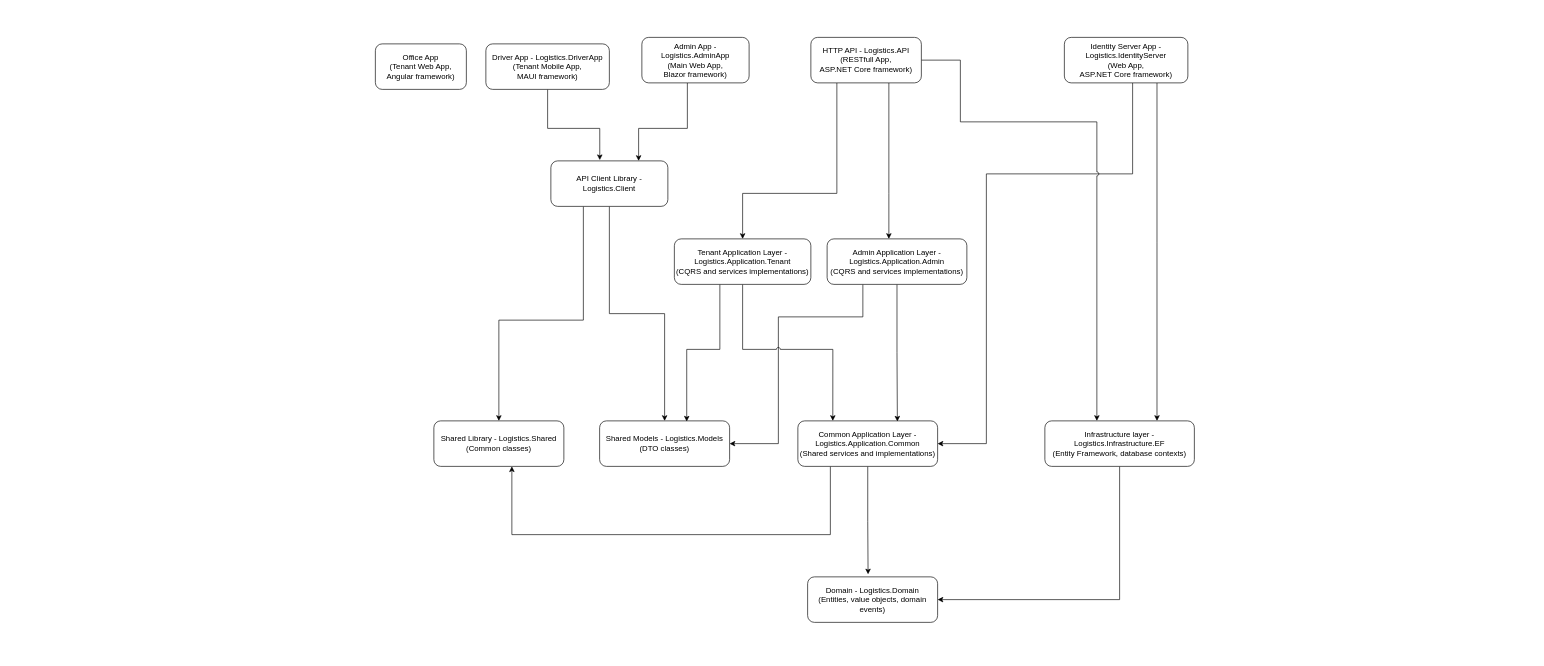
Before: docs/project_architecture.drawio in suxrobGM/logistics-app, a draw.io diagram. Source tidied: cells renumbered, new cells numbered last; positions are measured from the earlier drawing's top-left corner, leaving out a move shared by most shapes. Both pictures are drawn from the tidied source at 65%, with x=0, y=0 at pixel (375, 37).
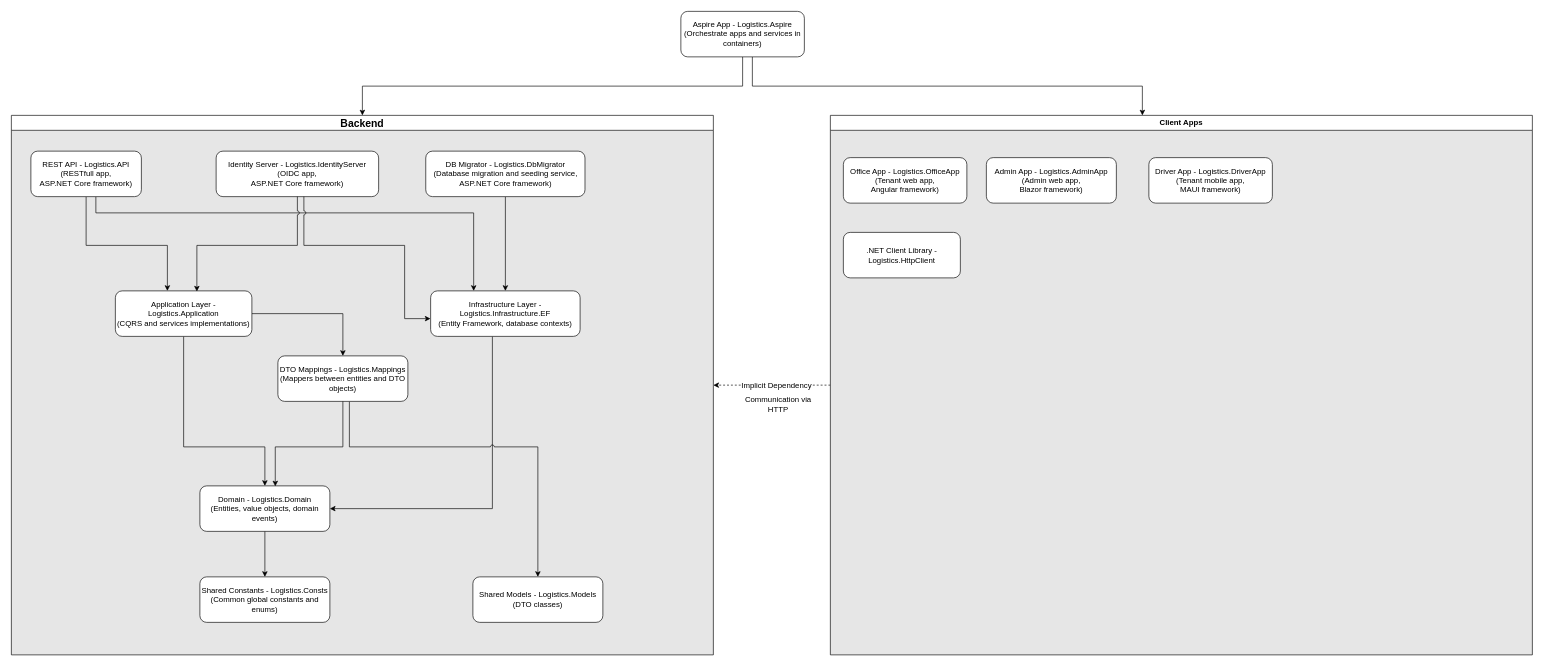
After the change.

Diff of the diagram source:
```diff
@@
-    <mxCell id="2" style="edgeStyle=orthogonalEdgeStyle;rounded=0;jettySize=auto;html=1;entryX=0.418;entryY=-0.017;entryDx=0;entryDy=0;entryPerimeter=0;" parent="1" edge="1" source="3" target="12">
-      <mxGeometry relative="1" as="geometry">
-        <Array as="points">
-          <mxPoint x="265" y="140" />
-          <mxPoint x="345" y="140" />
-        </Array>
-      </mxGeometry>
-    </mxCell>
-    <mxCell id="3" value="Driver App - Logistics.DriverApp&lt;br&gt;(Tenant Mobile App,&lt;br&gt;MAUI framework)" style="rounded=1;whiteSpace=wrap;html=1;" parent="1" vertex="1">
-      <mxGeometry x="170" y="10" width="190" height="70" as="geometry" />
-    </mxCell>
-    <mxCell id="4" value="Office App&lt;br&gt;(Tenant Web App,&lt;br&gt;Angular framework)" style="rounded=1;whiteSpace=wrap;html=1;" parent="1" vertex="1">
-      <mxGeometry y="10" width="140" height="70" as="geometry" />
-    </mxCell>
-    <mxCell id="5" style="edgeStyle=orthogonalEdgeStyle;rounded=0;jettySize=auto;html=1;entryX=0.75;entryY=0;entryDx=0;entryDy=0;" parent="1" edge="1" source="6" target="12">
-      <mxGeometry relative="1" as="geometry">
-        <Array as="points">
-          <mxPoint x="480" y="140" />
-          <mxPoint x="405" y="140" />
-        </Array>
-      </mxGeometry>
-    </mxCell>
-    <mxCell id="6" value="Admin App - Logistics.AdminApp&lt;br&gt;(Main Web App,&lt;br&gt;Blazor framework)" style="rounded=1;whiteSpace=wrap;html=1;" parent="1" vertex="1">
-      <mxGeometry x="410" width="165" height="70" as="geometry" />
-    </mxCell>
-    <mxCell id="7" style="edgeStyle=orthogonalEdgeStyle;rounded=0;jettySize=auto;html=1;entryX=1;entryY=0.5;entryDx=0;entryDy=0;" parent="1" edge="1" source="9" target="30">
-      <mxGeometry relative="1" as="geometry">
-        <Array as="points">
-          <mxPoint x="1165" y="210" />
-          <mxPoint x="940" y="210" />
-          <mxPoint x="940" y="625" />
-        </Array>
-      </mxGeometry>
-    </mxCell>
-    <mxCell id="8" style="edgeStyle=orthogonalEdgeStyle;rounded=0;jettySize=auto;html=1;entryX=0.75;entryY=0;entryDx=0;entryDy=0;" parent="1" edge="1" source="9" target="26">
-      <mxGeometry relative="1" as="geometry">
-        <Array as="points">
-          <mxPoint x="1203" y="315" />
-        </Array>
-      </mxGeometry>
-    </mxCell>
+    <mxCell id="31" value="&lt;font style=&quot;font-size: 16px;&quot;&gt;Backend&lt;/font&gt;" style="swimlane;whiteSpace=wrap;html=1;fillStyle=auto;swimlaneFillColor=#E6E6E6;strokeColor=#000000;glass=0;" parent="1" vertex="1">
+      <mxGeometry x="-560" y="120" width="1080" height="830" as="geometry" />
+    </mxCell>
-    <mxCell id="9" value="Identity Server App - Logistics.IdentityServer&lt;br&gt;(Web App,&lt;br&gt;ASP.NET Core framework)" style="rounded=1;whiteSpace=wrap;html=1;" parent="1" vertex="1">
-      <mxGeometry x="1060" width="190" height="70" as="geometry" />
+    <mxCell id="9" value="Identity Server - Logistics.IdentityServer&lt;br&gt;(OIDC app,&lt;br&gt;ASP.NET Core framework)" style="rounded=1;whiteSpace=wrap;html=1;" parent="31" vertex="1">
+      <mxGeometry x="315" y="55" width="250" height="70" as="geometry" />
     </mxCell>
-    <mxCell id="10" style="edgeStyle=orthogonalEdgeStyle;rounded=0;jettySize=auto;html=1;entryX=0.5;entryY=0;entryDx=0;entryDy=0;" parent="1" edge="1" source="12" target="23">
-      <mxGeometry relative="1" as="geometry">
-        <Array as="points">
-          <mxPoint x="320" y="435" />
-          <mxPoint x="190" y="435" />
-        </Array>
-      </mxGeometry>
-    </mxCell>
-    <mxCell id="11" style="edgeStyle=orthogonalEdgeStyle;rounded=0;jettySize=auto;html=1;" parent="1" edge="1" source="12" target="27">
-      <mxGeometry relative="1" as="geometry" />
-    </mxCell>
-    <mxCell id="12" value="API Client Library - Logistics.Client" style="rounded=1;whiteSpace=wrap;html=1;" parent="1" vertex="1">
-      <mxGeometry x="270" y="190" width="180" height="70" as="geometry" />
-    </mxCell>
-    <mxCell id="13" style="edgeStyle=orthogonalEdgeStyle;rounded=0;jettySize=auto;html=1;" parent="1" edge="1" source="16" target="19">
-      <mxGeometry relative="1" as="geometry">
-        <Array as="points">
-          <mxPoint x="790" y="240" />
-          <mxPoint x="790" y="240" />
-        </Array>
-      </mxGeometry>
-    </mxCell>
-    <mxCell id="14" style="edgeStyle=orthogonalEdgeStyle;rounded=0;jettySize=auto;html=1;" parent="1" edge="1" source="16" target="22">
+    <mxCell id="14" style="edgeStyle=orthogonalEdgeStyle;rounded=0;jettySize=auto;html=1;" parent="31" edge="1" source="16" target="22">
       <mxGeometry relative="1" as="geometry">
         <Array as="points">
-          <mxPoint x="710" y="240" />
-          <mxPoint x="565" y="240" />
+          <mxPoint x="115" y="200" />
+          <mxPoint x="240" y="200" />
         </Array>
       </mxGeometry>
     </mxCell>
-    <mxCell id="15" style="edgeStyle=orthogonalEdgeStyle;rounded=0;jettySize=auto;html=1;jumpStyle=arc;" parent="1" edge="1" source="16" target="26">
+    <mxCell id="15" style="edgeStyle=orthogonalEdgeStyle;rounded=0;jettySize=auto;html=1;entryX=0.288;entryY=0;entryDx=0;entryDy=0;entryPerimeter=0;jumpStyle=arc;" parent="31" edge="1" source="16" target="26">
       <mxGeometry relative="1" as="geometry">
         <Array as="points">
-          <mxPoint x="900" y="35" />
-          <mxPoint x="900" y="130" />
-          <mxPoint x="1110" y="130" />
+          <mxPoint x="130" y="150" />
+          <mxPoint x="711" y="150" />
         </Array>
       </mxGeometry>
     </mxCell>
-    <mxCell id="16" value="HTTP API - Logistics.API&lt;br&gt;(RESTfull App,&lt;br&gt;ASP.NET Core framework)" style="rounded=1;whiteSpace=wrap;html=1;" parent="1" vertex="1">
-      <mxGeometry x="670" width="170" height="70" as="geometry" />
+    <mxCell id="16" value="REST API - Logistics.API&lt;br&gt;(RESTfull app,&lt;br&gt;ASP.NET Core framework)" style="rounded=1;whiteSpace=wrap;html=1;" parent="31" vertex="1">
+      <mxGeometry x="30" y="55" width="170" height="70" as="geometry" />
     </mxCell>
-    <mxCell id="17" style="edgeStyle=orthogonalEdgeStyle;rounded=0;jettySize=auto;html=1;entryX=0.712;entryY=0.014;entryDx=0;entryDy=0;entryPerimeter=0;" parent="1" edge="1" source="19" target="30">
-      <mxGeometry relative="1" as="geometry" />
-    </mxCell>
-    <mxCell id="18" style="edgeStyle=orthogonalEdgeStyle;rounded=0;jettySize=auto;html=1;entryX=1;entryY=0.5;entryDx=0;entryDy=0;" parent="1" edge="1" source="19" target="27">
-      <mxGeometry relative="1" as="geometry">
-        <Array as="points">
-          <mxPoint x="750" y="430" />
-          <mxPoint x="620" y="430" />
-          <mxPoint x="620" y="625" />
-        </Array>
-      </mxGeometry>
-    </mxCell>
-    <mxCell id="19" value="Admin Application Layer - Logistics.Application.Admin&lt;br&gt;(CQRS and services implementations)" style="rounded=1;whiteSpace=wrap;html=1;" parent="1" vertex="1">
-      <mxGeometry x="695" y="310" width="215" height="70" as="geometry" />
-    </mxCell>
-    <mxCell id="20" style="edgeStyle=orthogonalEdgeStyle;rounded=0;jettySize=auto;html=1;entryX=0.67;entryY=0.014;entryDx=0;entryDy=0;entryPerimeter=0;" parent="1" edge="1" source="22" target="27">
-      <mxGeometry relative="1" as="geometry">
-        <Array as="points">
-          <mxPoint x="530" y="480" />
-          <mxPoint x="479" y="480" />
-        </Array>
-      </mxGeometry>
-    </mxCell>
-    <mxCell id="21" style="edgeStyle=orthogonalEdgeStyle;rounded=0;jettySize=auto;html=1;entryX=0.25;entryY=0;entryDx=0;entryDy=0;jumpStyle=arc;" parent="1" edge="1" source="22" target="30">
-      <mxGeometry relative="1" as="geometry">
-        <Array as="points">
-          <mxPoint x="565" y="480" />
-          <mxPoint x="704" y="480" />
-        </Array>
-      </mxGeometry>
-    </mxCell>
+    <mxCell id="32" style="edgeStyle=orthogonalEdgeStyle;rounded=0;jettySize=auto;html=1;" parent="31" edge="1" source="22" target="24">
+      <mxGeometry relative="1" as="geometry">
+        <Array as="points">
+          <mxPoint x="265" y="510" />
+          <mxPoint x="390" y="510" />
+        </Array>
+      </mxGeometry>
+    </mxCell>
+    <mxCell id="33" style="edgeStyle=orthogonalEdgeStyle;rounded=0;jettySize=auto;html=1;" parent="31" edge="1" source="22" target="38">
+      <mxGeometry relative="1" as="geometry" />
+    </mxCell>
-    <mxCell id="22" value="Tenant Application Layer - Logistics.Application.Tenant&lt;br&gt;(CQRS and services implementations)" style="rounded=1;whiteSpace=wrap;html=1;" parent="1" vertex="1">
-      <mxGeometry x="460" y="310" width="210" height="70" as="geometry" />
+    <mxCell id="22" value="Application Layer - Logistics.Application&lt;br&gt;(CQRS and services implementations)" style="rounded=1;whiteSpace=wrap;html=1;" parent="31" vertex="1">
+      <mxGeometry x="160" y="270" width="210" height="70" as="geometry" />
     </mxCell>
-    <mxCell id="23" value="Shared Library - Logistics.Shared (Common classes)" style="rounded=1;whiteSpace=wrap;html=1;" parent="1" vertex="1">
-      <mxGeometry x="90" y="590" width="200" height="70" as="geometry" />
+    <mxCell id="23" value="Shared Constants - Logistics.Consts (Common global constants and enums)" style="rounded=1;whiteSpace=wrap;html=1;" parent="31" vertex="1">
+      <mxGeometry x="290" y="710" width="200" height="70" as="geometry" />
     </mxCell>
+    <mxCell id="34" style="edgeStyle=orthogonalEdgeStyle;rounded=0;jettySize=auto;html=1;" parent="31" edge="1" source="24" target="23">
+      <mxGeometry relative="1" as="geometry" />
+    </mxCell>
-    <mxCell id="24" value="Domain - Logistics.Domain&lt;br&gt;(Entities, value objects, domain events)" style="rounded=1;whiteSpace=wrap;html=1;" parent="1" vertex="1">
-      <mxGeometry x="665" y="830" width="200" height="70" as="geometry" />
+    <mxCell id="24" value="Domain - Logistics.Domain&lt;br&gt;(Entities, value objects, domain events)" style="rounded=1;whiteSpace=wrap;html=1;" parent="31" vertex="1">
+      <mxGeometry x="290" y="570" width="200" height="70" as="geometry" />
     </mxCell>
-    <mxCell id="25" style="edgeStyle=orthogonalEdgeStyle;rounded=0;jettySize=auto;html=1;entryX=1;entryY=0.5;entryDx=0;entryDy=0;" parent="1" edge="1" source="26" target="24">
+    <mxCell id="25" style="edgeStyle=orthogonalEdgeStyle;rounded=0;jettySize=auto;html=1;entryX=1;entryY=0.5;entryDx=0;entryDy=0;jumpStyle=arc;jumpSize=6;" parent="31" edge="1" source="26" target="24">
       <mxGeometry relative="1" as="geometry">
         <Array as="points">
-          <mxPoint x="1145" y="865" />
+          <mxPoint x="740" y="605" />
         </Array>
       </mxGeometry>
     </mxCell>
-    <mxCell id="26" value="Infrastructure layer - Logistics.Infrastructure.EF&lt;br&gt;(Entity Framework, database contexts)" style="rounded=1;whiteSpace=wrap;html=1;" parent="1" vertex="1">
-      <mxGeometry x="1030" y="590" width="230" height="70" as="geometry" />
+    <mxCell id="26" value="Infrastructure Layer - Logistics.Infrastructure.EF&lt;br&gt;(Entity Framework, database contexts)" style="rounded=1;whiteSpace=wrap;html=1;" parent="31" vertex="1">
+      <mxGeometry x="645" y="270" width="230" height="70" as="geometry" />
     </mxCell>
-    <mxCell id="27" value="Shared Models - Logistics.Models (DTO classes)" style="rounded=1;whiteSpace=wrap;html=1;" parent="1" vertex="1">
-      <mxGeometry x="345" y="590" width="200" height="70" as="geometry" />
+    <mxCell id="27" value="Shared Models - Logistics.Models (DTO classes)" style="rounded=1;whiteSpace=wrap;html=1;" parent="31" vertex="1">
+      <mxGeometry x="710" y="710" width="200" height="70" as="geometry" />
     </mxCell>
-    <mxCell id="28" style="edgeStyle=orthogonalEdgeStyle;rounded=0;jettySize=auto;html=1;entryX=0.465;entryY=-0.057;entryDx=0;entryDy=0;entryPerimeter=0;" parent="1" edge="1" source="30" target="24">
-      <mxGeometry relative="1" as="geometry" />
-    </mxCell>
-    <mxCell id="29" style="edgeStyle=orthogonalEdgeStyle;rounded=0;jettySize=auto;html=1;entryX=0.6;entryY=1;entryDx=0;entryDy=0;entryPerimeter=0;" parent="1" edge="1" source="30" target="23">
-      <mxGeometry relative="1" as="geometry">
-        <Array as="points">
-          <mxPoint x="700" y="765" />
-          <mxPoint x="210" y="765" />
-        </Array>
-      </mxGeometry>
-    </mxCell>
-    <mxCell id="30" value="Common Application Layer - Logistics.Application.Common&lt;br&gt;(Shared services and implementations)" style="rounded=1;whiteSpace=wrap;html=1;" parent="1" vertex="1">
-      <mxGeometry x="650" y="590" width="215" height="70" as="geometry" />
-    </mxCell>
+    <mxCell id="35" style="edgeStyle=orthogonalEdgeStyle;rounded=0;jettySize=auto;html=1;" parent="31" edge="1" source="36" target="26">
+      <mxGeometry relative="1" as="geometry" />
+    </mxCell>
+    <mxCell id="36" value="DB Migrator - Logistics.DbMigrator&lt;br&gt;(Database migration and seeding service,&lt;br&gt;ASP.NET Core framework)" style="rounded=1;whiteSpace=wrap;html=1;" parent="31" vertex="1">
+      <mxGeometry x="637.5" y="55" width="245" height="70" as="geometry" />
+    </mxCell>
+    <mxCell id="37" style="edgeStyle=orthogonalEdgeStyle;rounded=0;jettySize=auto;html=1;jumpStyle=arc;" parent="31" edge="1" source="38" target="27">
+      <mxGeometry relative="1" as="geometry">
+        <Array as="points">
+          <mxPoint x="520" y="510" />
+          <mxPoint x="810" y="510" />
+        </Array>
+      </mxGeometry>
+    </mxCell>
+    <mxCell id="38" value="DTO Mappings - Logistics.Mappings&lt;br&gt;(Mappers between entities and DTO objects)" style="rounded=1;whiteSpace=wrap;html=1;" parent="31" vertex="1">
+      <mxGeometry x="410" y="370" width="200" height="70" as="geometry" />
+    </mxCell>
+    <mxCell id="39" style="edgeStyle=orthogonalEdgeStyle;rounded=0;jettySize=auto;html=1;entryX=0.597;entryY=0.014;entryDx=0;entryDy=0;entryPerimeter=0;jumpStyle=arc;" parent="31" edge="1" source="9" target="22">
+      <mxGeometry relative="1" as="geometry">
+        <Array as="points">
+          <mxPoint x="440" y="200" />
+          <mxPoint x="285" y="200" />
+        </Array>
+      </mxGeometry>
+    </mxCell>
+    <mxCell id="40" style="edgeStyle=orthogonalEdgeStyle;rounded=0;jettySize=auto;html=1;entryX=0.58;entryY=0.01;entryDx=0;entryDy=0;entryPerimeter=0;" parent="31" edge="1" source="38" target="24">
+      <mxGeometry relative="1" as="geometry">
+        <Array as="points">
+          <mxPoint x="510" y="510" />
+          <mxPoint x="406" y="510" />
+        </Array>
+      </mxGeometry>
+    </mxCell>
+    <mxCell id="8" style="edgeStyle=orthogonalEdgeStyle;rounded=0;jettySize=auto;html=1;entryX=-0.001;entryY=0.61;entryDx=0;entryDy=0;entryPerimeter=0;jumpStyle=arc;" parent="31" edge="1" source="9" target="26">
+      <mxGeometry relative="1" as="geometry">
+        <Array as="points">
+          <mxPoint x="450" y="200" />
+          <mxPoint x="605" y="200" />
+          <mxPoint x="605" y="313" />
+        </Array>
+      </mxGeometry>
+    </mxCell>
+    <mxCell id="41" style="edgeStyle=orthogonalEdgeStyle;rounded=0;jettySize=auto;html=1;dashed=1;" parent="1" edge="1" source="43" target="31">
+      <mxGeometry relative="1" as="geometry" />
+    </mxCell>
+    <mxCell id="42" value="Implicit Dependency" style="edgeLabel;html=1;align=center;verticalAlign=middle;fontSize=12;" parent="41" vertex="1">
+      <mxGeometry x="-0.07" y="2" relative="1" as="geometry">
+        <mxPoint y="-2" as="offset" />
+      </mxGeometry>
+    </mxCell>
+    <mxCell id="43" value="Client Apps" style="swimlane;whiteSpace=wrap;html=1;swimlaneFillColor=#E6E6E6;" parent="1" vertex="1">
+      <mxGeometry x="700" y="120" width="1080" height="830" as="geometry" />
+    </mxCell>
+    <mxCell id="3" value="Driver App - Logistics.DriverApp&lt;br&gt;(Tenant mobile app,&lt;br&gt;MAUI framework)" style="rounded=1;whiteSpace=wrap;html=1;" parent="43" vertex="1">
+      <mxGeometry x="490" y="65" width="190" height="70" as="geometry" />
+    </mxCell>
+    <mxCell id="4" value="Office App - Logistics.OfficeApp&lt;br&gt;(Tenant web app,&lt;br&gt;Angular framework)" style="rounded=1;whiteSpace=wrap;html=1;" parent="43" vertex="1">
+      <mxGeometry x="20" y="65" width="190" height="70" as="geometry" />
+    </mxCell>
+    <mxCell id="6" value="Admin App - Logistics.AdminApp&lt;br&gt;(Admin web app,&lt;br&gt;Blazor framework)" style="rounded=1;whiteSpace=wrap;html=1;" parent="43" vertex="1">
+      <mxGeometry x="240" y="65" width="200" height="70" as="geometry" />
+    </mxCell>
+    <mxCell id="12" value=".NET Client Library - Logistics.HttpClient" style="rounded=1;whiteSpace=wrap;html=1;" parent="43" vertex="1">
+      <mxGeometry x="20" y="180" width="180" height="70" as="geometry" />
+    </mxCell>
+    <mxCell id="44" style="edgeStyle=orthogonalEdgeStyle;rounded=0;jettySize=auto;html=1;" parent="1" edge="1" source="46" target="31">
+      <mxGeometry relative="1" as="geometry" />
+    </mxCell>
+    <mxCell id="45" style="edgeStyle=orthogonalEdgeStyle;rounded=0;jettySize=auto;html=1;" parent="1" edge="1" source="46" target="43">
+      <mxGeometry relative="1" as="geometry">
+        <Array as="points">
+          <mxPoint x="580" y="75" />
+          <mxPoint x="1180" y="75" />
+        </Array>
+      </mxGeometry>
+    </mxCell>
+    <mxCell id="46" value="Aspire App - Logistics.Aspire&lt;br&gt;(Orchestrate apps and services in containers)" style="rounded=1;whiteSpace=wrap;html=1;" parent="1" vertex="1">
+      <mxGeometry x="470" y="-40" width="190" height="70" as="geometry" />
+    </mxCell>
+    <mxCell id="47" value="Communication via HTTP" style="text;html=1;align=center;verticalAlign=middle;whiteSpace=wrap;rounded=0;" parent="1" vertex="1">
+      <mxGeometry x="560" y="550" width="120" height="30" as="geometry" />
+    </mxCell>
```
